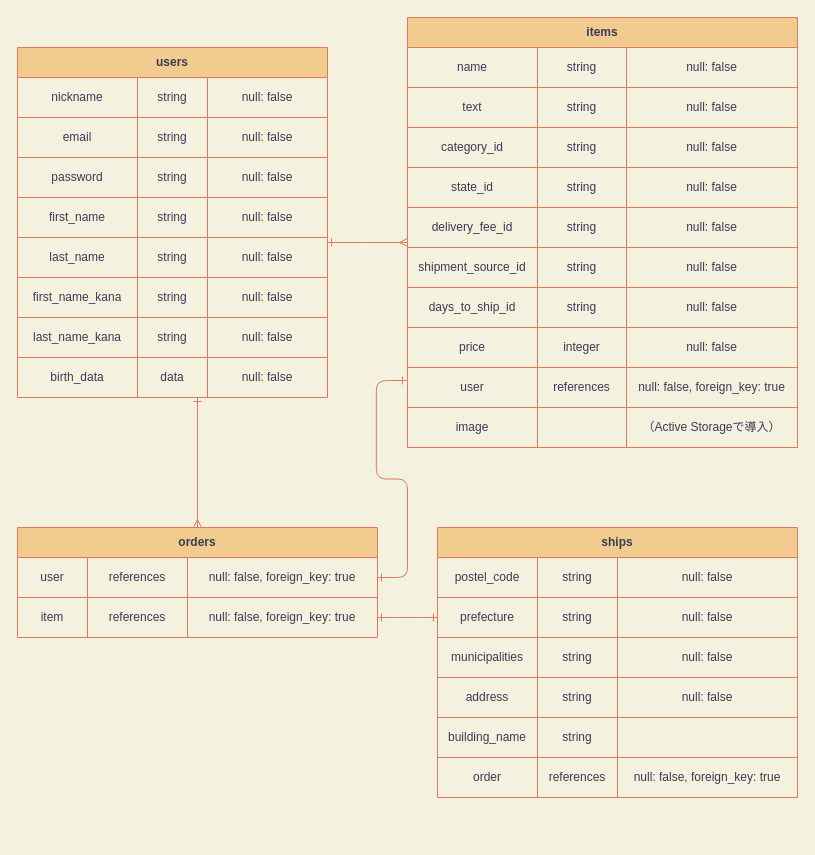
Earlier version of the draw.io diagram ER.dio (MinnaHajimehaTamago/furima-323343). Source tidied: cells renumbered, new cells numbered last; positions are measured from the earlier drawing's top-left corner, leaving out a move shared by most shapes. Both pictures are drawn from the tidied source at 100%, with x=0, y=0 at pixel (17, 17).
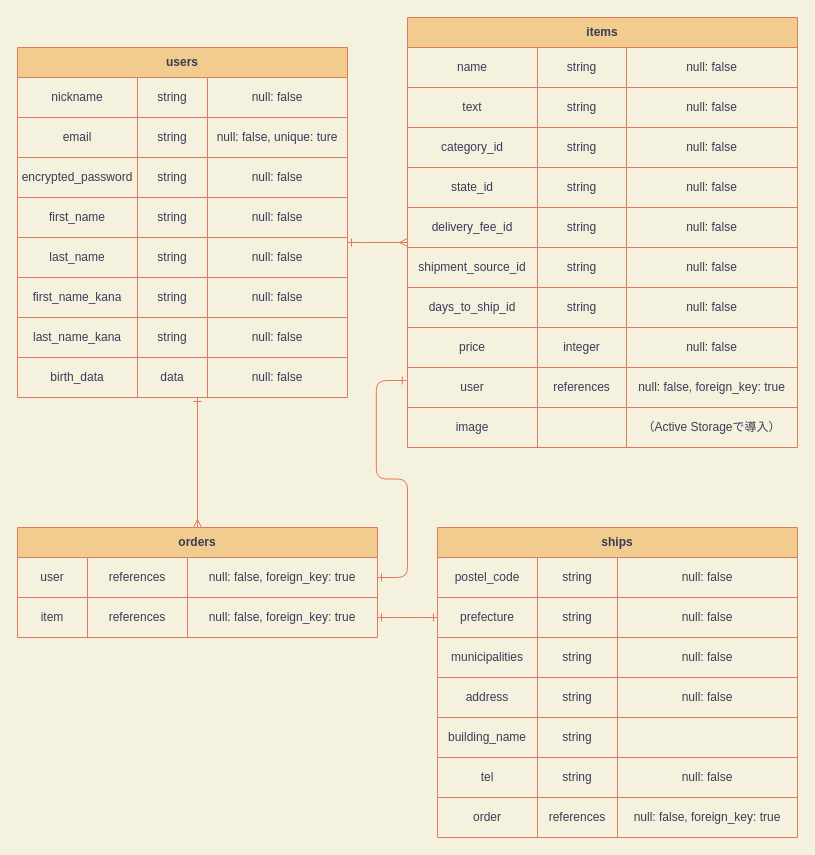
Above is the later version.

Commit message (it also covers changes not shown here):
ER図修正、emailカラムの一意性制約の追記

Unchanged cells that the change refers to:
```xml
<mxCell id="109" style="shape=partialRectangle;html=1;whiteSpace=wrap;fillColor=none;top=0;left=0;bottom=0;right=0;fontColor=#393C56;strokeColor=#E07A5F;labelBackgroundColor=none;" parent="88" vertex="1">
  <mxGeometry y="230" width="360" height="40" as="geometry" />
</mxCell>
```

Diff of the diagram source:
```diff
@@
     <mxCell id="4" value="users" style="shape=table;html=1;whiteSpace=wrap;startSize=30;childLayout=tableLayout;fontStyle=1;align=center;strokeColor=#E07A5F;fontColor=#393C56;fillColor=#F2CC8F;labelBackgroundColor=none;" parent="1" vertex="1">
-      <mxGeometry y="30" width="310" height="350" as="geometry" />
+      <mxGeometry y="30" width="330" height="350" as="geometry" />
     </mxCell>
     <mxCell id="5" style="shape=partialRectangle;html=1;whiteSpace=wrap;fillColor=none;top=0;left=0;bottom=0;right=0;fontColor=#393C56;strokeColor=#E07A5F;labelBackgroundColor=none;" parent="4" vertex="1">
-      <mxGeometry y="30" width="310" height="40" as="geometry" />
+      <mxGeometry y="30" width="330" height="40" as="geometry" />
     </mxCell>
@@
     <mxCell id="8" value="null: false" style="shape=partialRectangle;html=1;whiteSpace=wrap;fillColor=none;top=0;left=0;bottom=0;right=0;overflow=hidden;fontColor=#393C56;strokeColor=#E07A5F;labelBackgroundColor=none;" parent="5" vertex="1">
-      <mxGeometry x="190" width="120" height="40" as="geometry" />
+      <mxGeometry x="190" width="140" height="40" as="geometry" />
     </mxCell>
     <mxCell id="9" style="shape=partialRectangle;html=1;whiteSpace=wrap;fillColor=none;top=0;left=0;bottom=0;right=0;fontColor=#393C56;strokeColor=#E07A5F;labelBackgroundColor=none;" parent="4" vertex="1">
-      <mxGeometry y="70" width="310" height="40" as="geometry" />
+      <mxGeometry y="70" width="330" height="40" as="geometry" />
     </mxCell>
@@
-    <mxCell id="12" value="null: false" style="shape=partialRectangle;html=1;whiteSpace=wrap;fillColor=none;top=0;left=0;bottom=0;right=0;overflow=hidden;fontColor=#393C56;strokeColor=#E07A5F;labelBackgroundColor=none;" parent="9" vertex="1">
-      <mxGeometry x="190" width="120" height="40" as="geometry" />
+    <mxCell id="12" value="null: false, unique: ture" style="shape=partialRectangle;html=1;whiteSpace=wrap;fillColor=none;top=0;left=0;bottom=0;right=0;overflow=hidden;fontColor=#393C56;strokeColor=#E07A5F;labelBackgroundColor=none;" parent="9" vertex="1">
+      <mxGeometry x="190" width="140" height="40" as="geometry" />
     </mxCell>
     <mxCell id="13" style="shape=partialRectangle;html=1;whiteSpace=wrap;fillColor=none;top=0;left=0;bottom=0;right=0;fontColor=#393C56;strokeColor=#E07A5F;labelBackgroundColor=none;" parent="4" vertex="1">
-      <mxGeometry y="110" width="310" height="40" as="geometry" />
+      <mxGeometry y="110" width="330" height="40" as="geometry" />
     </mxCell>
-    <mxCell id="14" value="password" style="shape=partialRectangle;html=1;whiteSpace=wrap;fillColor=none;top=0;left=0;bottom=0;right=0;overflow=hidden;fontColor=#393C56;strokeColor=#E07A5F;labelBackgroundColor=none;" parent="13" vertex="1">
+    <mxCell id="14" value="encrypted_password" style="shape=partialRectangle;html=1;whiteSpace=wrap;fillColor=none;top=0;left=0;bottom=0;right=0;overflow=hidden;fontColor=#393C56;strokeColor=#E07A5F;labelBackgroundColor=none;" parent="13" vertex="1">
       <mxGeometry width="120" height="40" as="geometry" />
     </mxCell>
@@
     <mxCell id="16" value="null: false" style="shape=partialRectangle;html=1;whiteSpace=wrap;fillColor=none;top=0;left=0;bottom=0;right=0;overflow=hidden;fontColor=#393C56;strokeColor=#E07A5F;labelBackgroundColor=none;" parent="13" vertex="1">
-      <mxGeometry x="190" width="120" height="40" as="geometry" />
+      <mxGeometry x="190" width="140" height="40" as="geometry" />
     </mxCell>
     <mxCell id="17" style="shape=partialRectangle;html=1;whiteSpace=wrap;fillColor=none;top=0;left=0;bottom=0;right=0;fontColor=#393C56;strokeColor=#E07A5F;labelBackgroundColor=none;" parent="4" vertex="1">
-      <mxGeometry y="150" width="310" height="40" as="geometry" />
+      <mxGeometry y="150" width="330" height="40" as="geometry" />
     </mxCell>
@@
     <mxCell id="20" value="&lt;span style=&quot;font-family: helvetica; font-size: 12px; font-style: normal; font-weight: 400; letter-spacing: normal; text-align: center; text-indent: 0px; text-transform: none; word-spacing: 0px; display: inline; float: none;&quot;&gt;null: false&lt;/span&gt;" style="shape=partialRectangle;html=1;whiteSpace=wrap;fillColor=none;top=0;left=0;bottom=0;right=0;overflow=hidden;fontColor=#393C56;strokeColor=#E07A5F;labelBackgroundColor=none;" parent="17" vertex="1">
-      <mxGeometry x="190" width="120" height="40" as="geometry" />
+      <mxGeometry x="190" width="140" height="40" as="geometry" />
     </mxCell>
     <mxCell id="21" style="shape=partialRectangle;html=1;whiteSpace=wrap;fillColor=none;top=0;left=0;bottom=0;right=0;fontColor=#393C56;strokeColor=#E07A5F;labelBackgroundColor=none;" parent="4" vertex="1">
-      <mxGeometry y="190" width="310" height="40" as="geometry" />
+      <mxGeometry y="190" width="330" height="40" as="geometry" />
     </mxCell>
@@
     <mxCell id="24" value="&lt;span style=&quot;font-family: helvetica; font-size: 12px; font-style: normal; font-weight: 400; letter-spacing: normal; text-align: center; text-indent: 0px; text-transform: none; word-spacing: 0px; display: inline; float: none;&quot;&gt;null: false&lt;/span&gt;" style="shape=partialRectangle;html=1;whiteSpace=wrap;fillColor=none;top=0;left=0;bottom=0;right=0;overflow=hidden;fontColor=#393C56;strokeColor=#E07A5F;labelBackgroundColor=none;" parent="21" vertex="1">
-      <mxGeometry x="190" width="120" height="40" as="geometry" />
+      <mxGeometry x="190" width="140" height="40" as="geometry" />
     </mxCell>
     <mxCell id="25" style="shape=partialRectangle;html=1;whiteSpace=wrap;fillColor=none;top=0;left=0;bottom=0;right=0;fontColor=#393C56;strokeColor=#E07A5F;labelBackgroundColor=none;" parent="4" vertex="1">
-      <mxGeometry y="230" width="310" height="40" as="geometry" />
+      <mxGeometry y="230" width="330" height="40" as="geometry" />
     </mxCell>
@@
     <mxCell id="28" value="&lt;span style=&quot;font-family: helvetica; font-size: 12px; font-style: normal; font-weight: 400; letter-spacing: normal; text-align: center; text-indent: 0px; text-transform: none; word-spacing: 0px; display: inline; float: none;&quot;&gt;null: false&lt;/span&gt;" style="shape=partialRectangle;html=1;whiteSpace=wrap;fillColor=none;top=0;left=0;bottom=0;right=0;overflow=hidden;fontColor=#393C56;strokeColor=#E07A5F;labelBackgroundColor=none;" parent="25" vertex="1">
-      <mxGeometry x="190" width="120" height="40" as="geometry" />
+      <mxGeometry x="190" width="140" height="40" as="geometry" />
     </mxCell>
     <mxCell id="29" style="shape=partialRectangle;html=1;whiteSpace=wrap;fillColor=none;top=0;left=0;bottom=0;right=0;fontColor=#393C56;strokeColor=#E07A5F;labelBackgroundColor=none;" parent="4" vertex="1">
-      <mxGeometry y="270" width="310" height="40" as="geometry" />
+      <mxGeometry y="270" width="330" height="40" as="geometry" />
     </mxCell>
@@
     <mxCell id="32" value="&lt;span style=&quot;font-family: helvetica; font-size: 12px; font-style: normal; font-weight: 400; letter-spacing: normal; text-align: center; text-indent: 0px; text-transform: none; word-spacing: 0px; display: inline; float: none;&quot;&gt;null: false&lt;/span&gt;" style="shape=partialRectangle;html=1;whiteSpace=wrap;fillColor=none;top=0;left=0;bottom=0;right=0;overflow=hidden;fontColor=#393C56;strokeColor=#E07A5F;labelBackgroundColor=none;" parent="29" vertex="1">
-      <mxGeometry x="190" width="120" height="40" as="geometry" />
+      <mxGeometry x="190" width="140" height="40" as="geometry" />
     </mxCell>
     <mxCell id="33" style="shape=partialRectangle;html=1;whiteSpace=wrap;fillColor=none;top=0;left=0;bottom=0;right=0;fontColor=#393C56;strokeColor=#E07A5F;labelBackgroundColor=none;" parent="4" vertex="1">
-      <mxGeometry y="310" width="310" height="40" as="geometry" />
+      <mxGeometry y="310" width="330" height="40" as="geometry" />
     </mxCell>
@@
     <mxCell id="36" value="&lt;span style=&quot;font-family: helvetica; font-size: 12px; font-style: normal; font-weight: 400; letter-spacing: normal; text-align: center; text-indent: 0px; text-transform: none; word-spacing: 0px; display: inline; float: none;&quot;&gt;null: false&lt;/span&gt;" style="shape=partialRectangle;html=1;whiteSpace=wrap;fillColor=none;top=0;left=0;bottom=0;right=0;overflow=hidden;fontColor=#393C56;strokeColor=#E07A5F;labelBackgroundColor=none;" parent="33" vertex="1">
-      <mxGeometry x="190" width="120" height="40" as="geometry" />
+      <mxGeometry x="190" width="140" height="40" as="geometry" />
     </mxCell>
@@
     <mxCell id="88" value="ships" style="shape=table;html=1;whiteSpace=wrap;startSize=30;childLayout=tableLayout;fontStyle=1;align=center;strokeColor=#E07A5F;fontColor=#393C56;fillColor=#F2CC8F;labelBackgroundColor=none;" parent="1" vertex="1">
-      <mxGeometry x="420" y="510" width="360" height="270" as="geometry" />
+      <mxGeometry x="420" y="510" width="360" height="310" as="geometry" />
     </mxCell>
@@
-    <mxCell id="110" value="order" style="shape=partialRectangle;html=1;whiteSpace=wrap;fillColor=none;top=0;left=0;bottom=0;right=0;overflow=hidden;fontColor=#393C56;strokeColor=#E07A5F;labelBackgroundColor=none;" parent="109" vertex="1">
+    <mxCell id="110" value="tel" style="shape=partialRectangle;html=1;whiteSpace=wrap;fillColor=none;top=0;left=0;bottom=0;right=0;overflow=hidden;fontColor=#393C56;strokeColor=#E07A5F;labelBackgroundColor=none;" parent="109" vertex="1">
       <mxGeometry width="100" height="40" as="geometry" />
     </mxCell>
-    <mxCell id="111" value="references" style="shape=partialRectangle;html=1;whiteSpace=wrap;fillColor=none;top=0;left=0;bottom=0;right=0;overflow=hidden;fontColor=#393C56;strokeColor=#E07A5F;labelBackgroundColor=none;" parent="109" vertex="1">
+    <mxCell id="111" value="string" style="shape=partialRectangle;html=1;whiteSpace=wrap;fillColor=none;top=0;left=0;bottom=0;right=0;overflow=hidden;fontColor=#393C56;strokeColor=#E07A5F;labelBackgroundColor=none;" parent="109" vertex="1">
       <mxGeometry x="100" width="80" height="40" as="geometry" />
     </mxCell>
-    <mxCell id="112" value="&lt;span&gt;null: false, foreign_key: true&lt;/span&gt;" style="shape=partialRectangle;html=1;whiteSpace=wrap;fillColor=none;top=0;left=0;bottom=0;right=0;overflow=hidden;fontColor=#393C56;strokeColor=#E07A5F;labelBackgroundColor=none;" parent="109" vertex="1">
+    <mxCell id="112" value="&lt;span&gt;null: false&lt;/span&gt;" style="shape=partialRectangle;html=1;whiteSpace=wrap;fillColor=none;top=0;left=0;bottom=0;right=0;overflow=hidden;fontColor=#393C56;strokeColor=#E07A5F;labelBackgroundColor=none;" parent="109" vertex="1">
       <mxGeometry x="180" width="180" height="40" as="geometry" />
     </mxCell>
+    <mxCell id="115" style="shape=partialRectangle;html=1;whiteSpace=wrap;fillColor=none;top=0;left=0;bottom=0;right=0;fontColor=#393C56;strokeColor=#E07A5F;labelBackgroundColor=none;" parent="88" vertex="1">
+      <mxGeometry y="270" width="360" height="40" as="geometry" />
+    </mxCell>
+    <mxCell id="116" value="order" style="shape=partialRectangle;html=1;whiteSpace=wrap;fillColor=none;top=0;left=0;bottom=0;right=0;overflow=hidden;fontColor=#393C56;strokeColor=#E07A5F;labelBackgroundColor=none;" parent="115" vertex="1">
+      <mxGeometry width="100" height="40" as="geometry" />
+    </mxCell>
+    <mxCell id="117" value="references" style="shape=partialRectangle;html=1;whiteSpace=wrap;fillColor=none;top=0;left=0;bottom=0;right=0;overflow=hidden;fontColor=#393C56;strokeColor=#E07A5F;labelBackgroundColor=none;" parent="115" vertex="1">
+      <mxGeometry x="100" width="80" height="40" as="geometry" />
+    </mxCell>
+    <mxCell id="118" value="null: false, foreign_key: true" style="shape=partialRectangle;html=1;whiteSpace=wrap;fillColor=none;top=0;left=0;bottom=0;right=0;overflow=hidden;fontColor=#393C56;strokeColor=#E07A5F;labelBackgroundColor=none;" parent="115" vertex="1">
+      <mxGeometry x="180" width="180" height="40" as="geometry" />
+    </mxCell>
```
